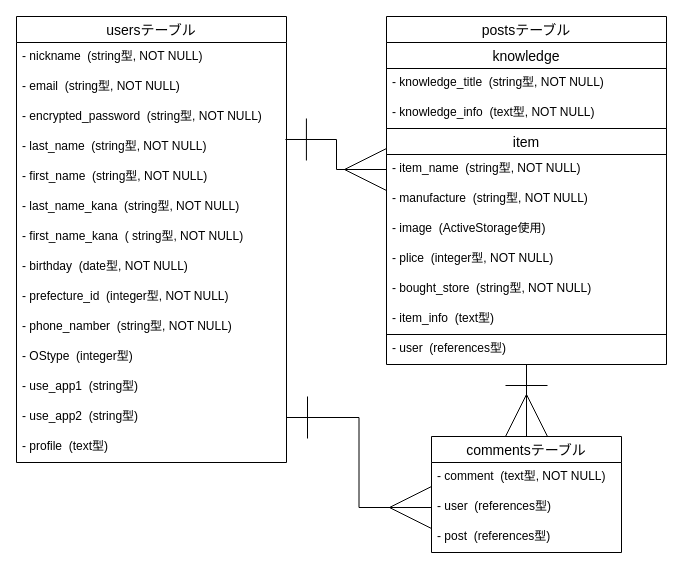
Earlier version of the draw.io diagram ER.dio (sushi1129/side-business-36374). Source tidied: cells renumbered, new cells numbered last; positions are measured from the earlier drawing's top-left corner, leaving out a move shared by most shapes. Both pictures are drawn from the tidied source at 100%, with x=0, y=0 at pixel (16, 16).
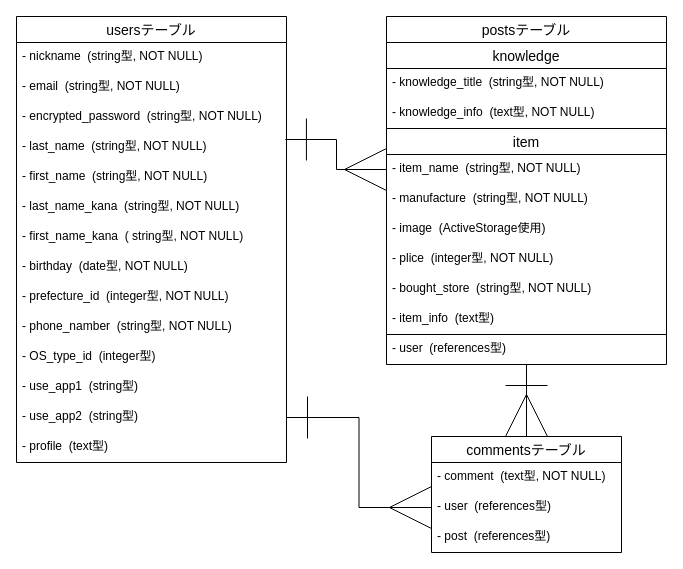
After the change.

Unchanged cells that the change refers to:
```xml
<mxCell id="2" value="usersテーブル" style="swimlane;fontStyle=0;horizontal=1;startSize=26;align=center;fontSize=14;" parent="1" vertex="1">
  <mxGeometry width="270" height="446" as="geometry" />
</mxCell>
```

The edit, as a diff of the source:
```diff
@@
-    <mxCell id="13" value="- OStype  (integer型)" style="text;strokeColor=none;fillColor=none;spacingLeft=4;spacingRight=4;overflow=hidden;fontSize=12;" parent="2" vertex="1">
+    <mxCell id="13" value="- OS_type_id  (integer型)" style="text;strokeColor=none;fillColor=none;spacingLeft=4;spacingRight=4;overflow=hidden;fontSize=12;" parent="2" vertex="1">
       <mxGeometry y="326" width="270" height="30" as="geometry" />
     </mxCell>
```
